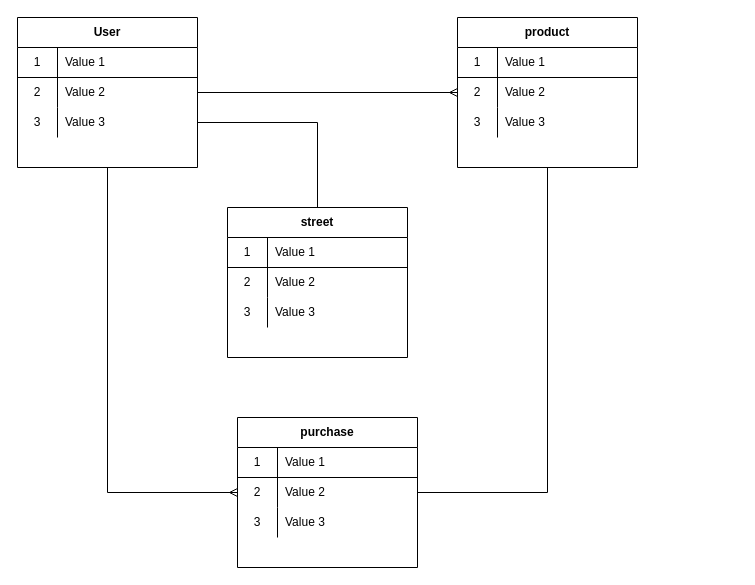
Earlier version of the draw.io diagram test.dio (Kaabocha/furima-32618). Source tidied: cells renumbered, new cells numbered last; positions are measured from the earlier drawing's top-left corner, leaving out a move shared by most shapes. Both pictures are drawn from the tidied source at 100%, with x=0, y=0 at pixel (17, 17).
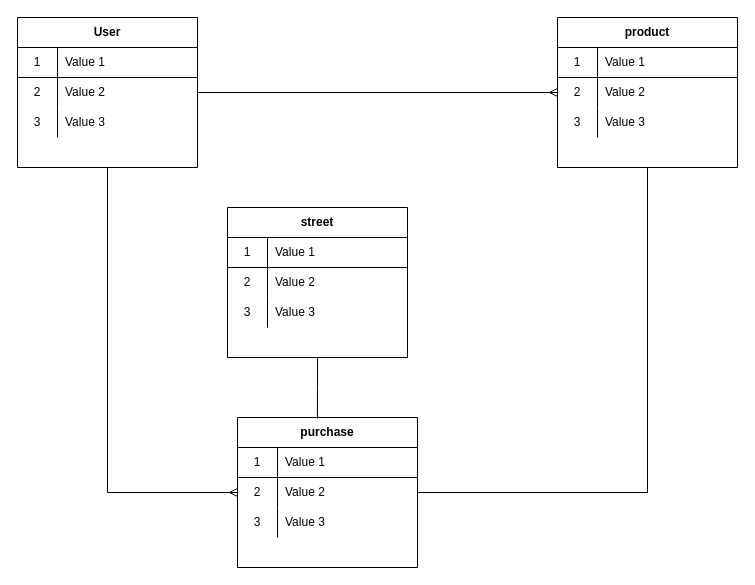
The same page after the edit.

Unchanged cells that the change refers to:
```xml
<mxCell id="10" style="shape=partialRectangle;html=1;whiteSpace=wrap;fillColor=none;top=0;left=0;bottom=0;right=0;points=[[0,0.5],[1,0.5]];portConstraint=eastwest;" parent="3" vertex="1">
  <mxGeometry y="90" width="180" height="30" as="geometry" />
</mxCell>
<mxCell id="24" value="purchase" style="shape=table;html=1;whiteSpace=wrap;startSize=30;childLayout=tableLayout;rowLines=0;fontStyle=1;align=center;" parent="1" vertex="1">
  <mxGeometry x="220" y="400" width="180" height="150" as="geometry" />
</mxCell>
<mxCell id="34" value="street" style="shape=table;html=1;whiteSpace=wrap;startSize=30;childLayout=tableLayout;rowLines=0;fontStyle=1;align=center;" parent="1" vertex="1">
  <mxGeometry x="210" y="190" width="180" height="150" as="geometry" />
</mxCell>
```

Change to the diagram source:
```diff
@@
     <mxCell id="14" value="product" style="shape=table;html=1;whiteSpace=wrap;startSize=30;childLayout=tableLayout;rowLines=0;fontStyle=1;align=center;" parent="1" vertex="1">
-      <mxGeometry x="440" width="180" height="150" as="geometry" />
+      <mxGeometry x="540" width="180" height="150" as="geometry" />
     </mxCell>
@@
+    <mxCell id="46" style="edgeStyle=orthogonalEdgeStyle;rounded=0;jettySize=auto;html=1;exitX=0.5;exitY=1;exitDx=0;exitDy=0;entryX=0.444;entryY=0.007;entryDx=0;entryDy=0;entryPerimeter=0;endArrow=none;endFill=0;" parent="1" edge="1" source="34" target="24">
+      <mxGeometry relative="1" as="geometry" />
+    </mxCell>
@@
-    <mxCell id="45" style="edgeStyle=orthogonalEdgeStyle;rounded=0;jettySize=auto;html=1;exitX=1;exitY=0.5;exitDx=0;exitDy=0;entryX=0.5;entryY=0;entryDx=0;entryDy=0;endArrow=none;endFill=0;" parent="1" edge="1" source="10" target="34">
-      <mxGeometry relative="1" as="geometry" />
-    </mxCell>
```
